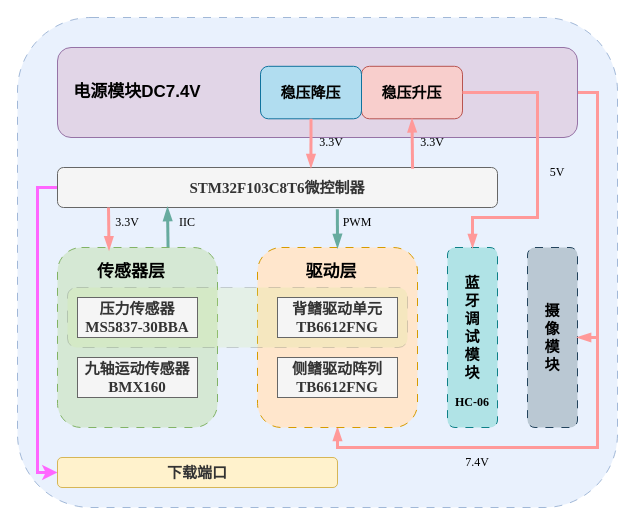
Above: 主板设计.drawio in chiguaren3/drawio_project (draw.io), before the change. Source tidied: cells renumbered, new cells numbered last; positions are measured from the earlier drawing's top-left corner, leaving out a move shared by most shapes. Both pictures are drawn from the tidied source at 100%, with x=0, y=0 at pixel (17, 17).
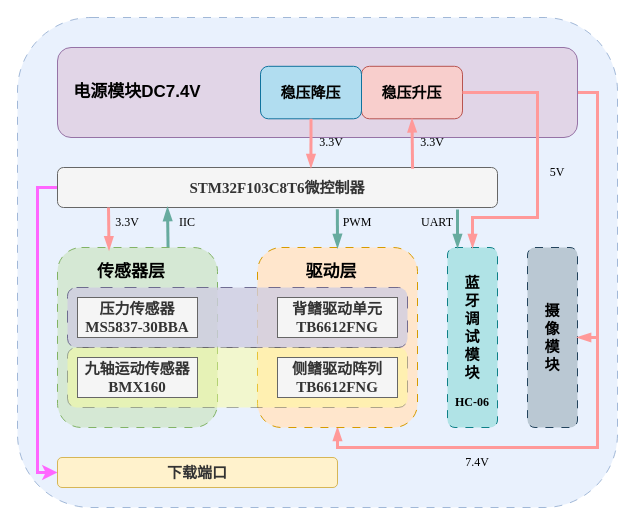
The same diagram, later.

Commit message:
更新主板设计.drawio

Diff of the diagram source:
```diff
@@
-    <mxCell id="27" style="rounded=1;whiteSpace=wrap;html=1;fillColor=#cdeb8b;strokeColor=#36393d;dashed=1;dashPattern=12 12;opacity=20;" parent="1" vertex="1">
+    <mxCell id="27" style="rounded=1;whiteSpace=wrap;html=1;fillColor=#d0cee2;strokeColor=#56517e;dashed=1;dashPattern=12 12;opacity=80;" parent="1" vertex="1">
       <mxGeometry x="50" y="270" width="340" height="60" as="geometry" />
     </mxCell>
@@
-    <mxCell id="35" value="&lt;font face=&quot;宋体&quot;&gt;&lt;span style=&quot;font-size: 15px;&quot;&gt;&lt;b&gt;九轴运动传感器&lt;/b&gt;&lt;/span&gt;&lt;/font&gt;&lt;br&gt;&lt;div&gt;&lt;font style=&quot;font-size: 15px;&quot; face=&quot;Times New Roman&quot;&gt;&lt;b style=&quot;&quot;&gt;BMX160&lt;/b&gt;&lt;/font&gt;&lt;/div&gt;" style="rounded=0;whiteSpace=wrap;html=1;fillColor=#f5f5f5;fontColor=#333333;strokeColor=#666666;" parent="1" vertex="1">
-      <mxGeometry x="60" y="340" width="120" height="40" as="geometry" />
-    </mxCell>
+    <mxCell id="38" style="rounded=1;whiteSpace=wrap;html=1;fillColor=#ffff88;strokeColor=#36393d;dashed=1;dashPattern=12 12;opacity=40;" parent="1" vertex="1">
+      <mxGeometry x="50" y="330" width="340" height="60" as="geometry" />
+    </mxCell>
@@
+    <mxCell id="35" value="&lt;font face=&quot;宋体&quot;&gt;&lt;span style=&quot;font-size: 15px;&quot;&gt;&lt;b&gt;九轴运动传感器&lt;/b&gt;&lt;/span&gt;&lt;/font&gt;&lt;br&gt;&lt;div&gt;&lt;font style=&quot;font-size: 15px;&quot; face=&quot;Times New Roman&quot;&gt;&lt;b style=&quot;&quot;&gt;BMX160&lt;/b&gt;&lt;/font&gt;&lt;/div&gt;" style="rounded=0;whiteSpace=wrap;html=1;fillColor=#f5f5f5;fontColor=#333333;strokeColor=#666666;" parent="1" vertex="1">
+      <mxGeometry x="60" y="340" width="120" height="40" as="geometry" />
+    </mxCell>
+    <mxCell id="39" value="&lt;font face=&quot;Times New Roman&quot;&gt;UART&lt;/font&gt;" style="text;html=1;align=center;verticalAlign=middle;whiteSpace=wrap;rounded=0;" parent="1" vertex="1">
+      <mxGeometry x="390" y="190" width="60" height="30" as="geometry" />
+    </mxCell>
+    <mxCell id="40" style="endArrow=blockThin;html=1;rounded=0;exitX=0.636;exitY=1.041;exitDx=0;exitDy=0;endFill=1;strokeWidth=3;fillColor=#fad9d5;strokeColor=#67AB9F;entryX=0.5;entryY=0;entryDx=0;entryDy=0;exitPerimeter=0;" parent="1" edge="1">
+      <mxGeometry relative="1" as="geometry">
+        <mxPoint x="440" y="192" as="sourcePoint" />
+        <mxPoint x="440" y="230" as="targetPoint" />
+      </mxGeometry>
+    </mxCell>
```
